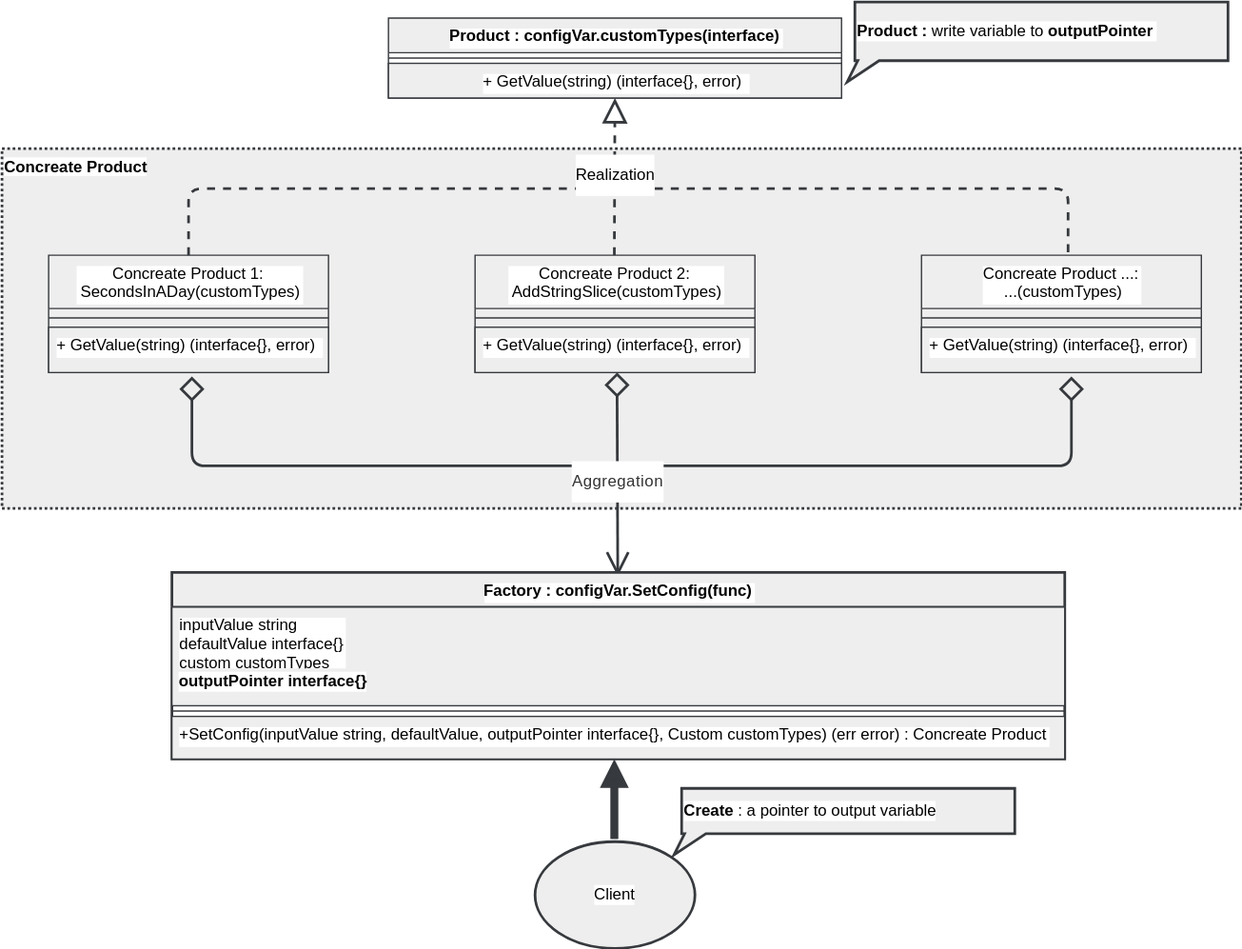
DukeHuangWP/GoExample-ConfigToVariable_SimpleFactory keeps this draw.io diagram as diagram.svg. Above is the earlier version. Source tidied: cells renumbered, new cells last; positions are measured from the earlier drawing's top-left corner, leaving out a move shared by most shapes.
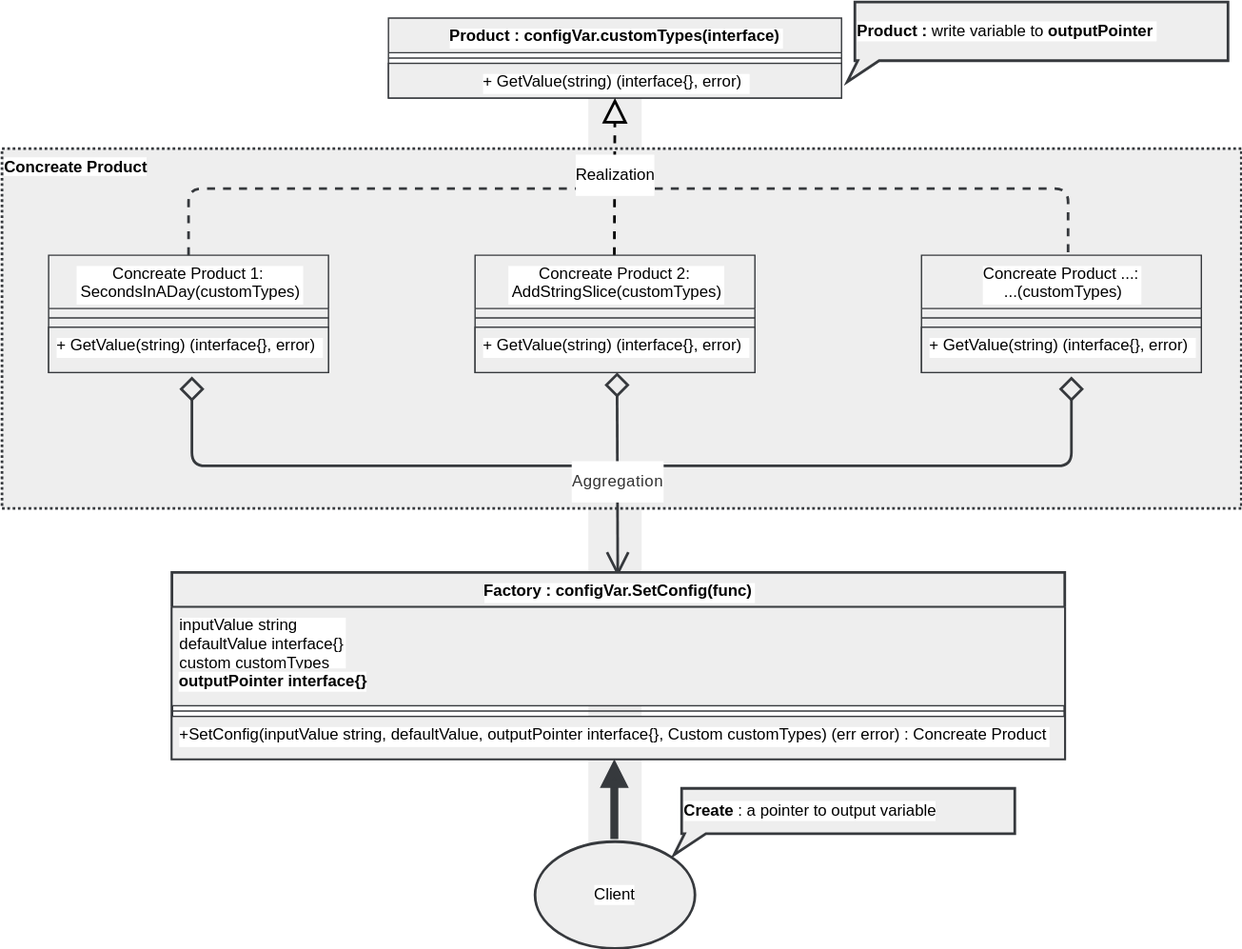
The same file after the commit.

Diff of the diagram source:
```diff
@@ -2,6 +2,9 @@
   <root>
     <mxCell id="0" />
     <mxCell id="1" parent="0" />
+    <mxCell id="28" style="rounded=0;whiteSpace=wrap;html=1;shadow=0;labelBackgroundColor=#ffffff;strokeWidth=2;fillColor=#eeeeee;fontSize=12;align=left;strokeColor=none;" parent="1" vertex="1">
+      <mxGeometry x="440" y="72" width="40" height="588" as="geometry" />
+    </mxCell>
     <mxCell id="2" value="&lt;b style=&quot;font-size: 12px;&quot;&gt;Concreate&lt;/b&gt;&lt;b style=&quot;font-size: 12px;&quot;&gt;&amp;nbsp;&lt;/b&gt;&lt;span style=&quot;font-weight: 700; text-align: center; font-size: 12px;&quot;&gt;Product&lt;/span&gt;" style="rounded=0;whiteSpace=wrap;html=1;dashed=1;fontSize=12;align=left;strokeWidth=2;verticalAlign=top;dashPattern=1 1;glass=0;shadow=0;sketch=0;labelBackgroundColor=#ffffff;strokeColor=#36393d;fillColor=#eeeeee;" parent="1" vertex="1">
       <mxGeometry y="110" width="930" height="270" as="geometry" />
     </mxCell>
@@ -32,7 +35,7 @@
         </Array>
       </mxGeometry>
     </mxCell>
-    <mxCell id="10" value="&lt;p style=&quot;line-height: 60%; font-size: 12px;&quot;&gt;Realization&lt;/p&gt;" style="endArrow=block;endFill=0;endSize=14;html=1;shadow=0;strokeWidth=2;fontSize=12;dashed=1;labelBackgroundColor=#ffffff;fillColor=#eeeeee;strokeColor=#36393d;" parent="1" edge="1" target="5">
+    <mxCell id="10" value="&lt;p style=&quot;line-height: 60%; font-size: 12px;&quot;&gt;Realization&lt;/p&gt;" style="endArrow=block;endFill=0;endSize=14;html=1;shadow=0;strokeWidth=2;fontSize=12;dashed=1;labelBackgroundColor=#ffffff;fillColor=#000000;rounded=1;" parent="1" edge="1" target="5">
       <mxGeometry x="0.02" relative="1" as="geometry">
         <mxPoint x="459.5" y="190" as="sourcePoint" />
       </mxGeometry>
```
